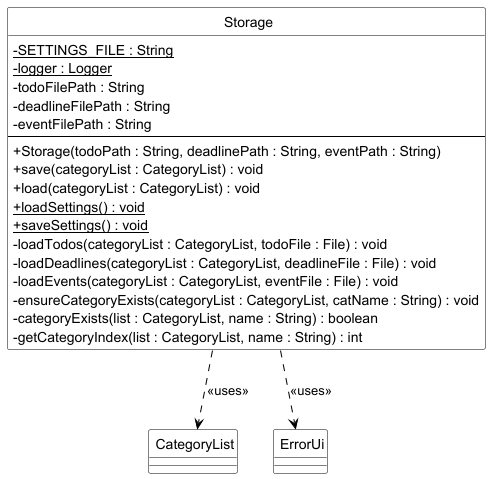
Earlier version of the PlantUML export docs/pictures/StorageClassDiagram.png (marken9/tp). Source of this version:
```plantuml
@startuml Storage

skinparam classAttributeIconSize 0
skinparam CircledCharacterFontSize 0
skinparam CircledCharacterRadius 0
skinparam class {
    BackgroundColor White
    BorderColor Black
    ArrowColor Black
}



class Storage {
    - SETTINGS_FILE : String {static}
    - logger : Logger {static}
    - todoFilePath : String
    - deadlineFilePath : String
    - eventFilePath : String
    --
    + Storage(todoPath : String, deadlinePath : String, eventPath : String)
    + save(categoryList : CategoryList) : void
    + load(categoryList : CategoryList) : void
    + loadSettings() : void {static}
    + saveSettings() : void {static}
    - loadTodos(categoryList : CategoryList, todoFile : File) : void
    - loadDeadlines(categoryList : CategoryList, deadlineFile : File) : void
    - loadEvents(categoryList : CategoryList, eventFile : File) : void
    - ensureCategoryExists(categoryList : CategoryList, catName : String) : void
    - categoryExists(list : CategoryList, name : String) : boolean
    - getCategoryIndex(list : CategoryList, name : String) : int
}


class CategoryList


class ErrorUi


Storage ..> CategoryList : <<uses>>
Storage ..> ErrorUi     : <<uses>>

@enduml
```
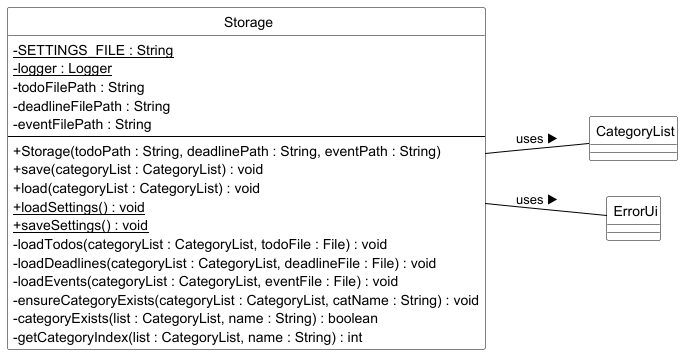
Above is the later version.

Diff of the diagram source:
```diff
@@ -1,5 +1,6 @@
 @startuml Storage
 
+left to right direction
 skinparam classAttributeIconSize 0
 skinparam CircledCharacterFontSize 0
 skinparam CircledCharacterRadius 0
@@ -38,7 +39,7 @@
 class ErrorUi
 
 
-Storage ..> CategoryList : <<uses>>
-Storage ..> ErrorUi     : <<uses>>
+Storage -- CategoryList : uses ▶
+Storage -- ErrorUi     : uses ▶
 
 @enduml
```
